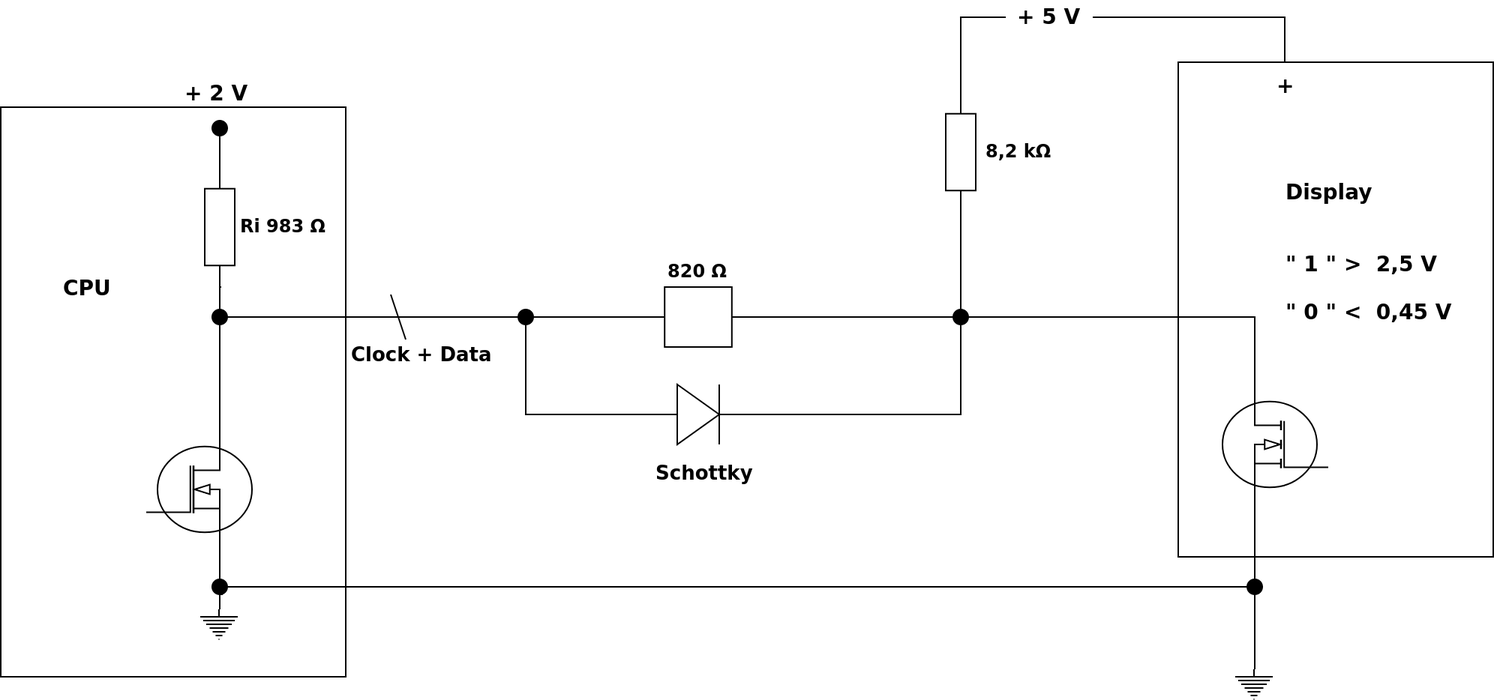
The draw.io diagram pictures/GroveAdjustment.png in Allegra42/thesis-documentation-fuchsia, before a commit. Source tidied: cells renumbered, new cells last; positions are measured from the earlier drawing's top-left corner, leaving out a move shared by most shapes.
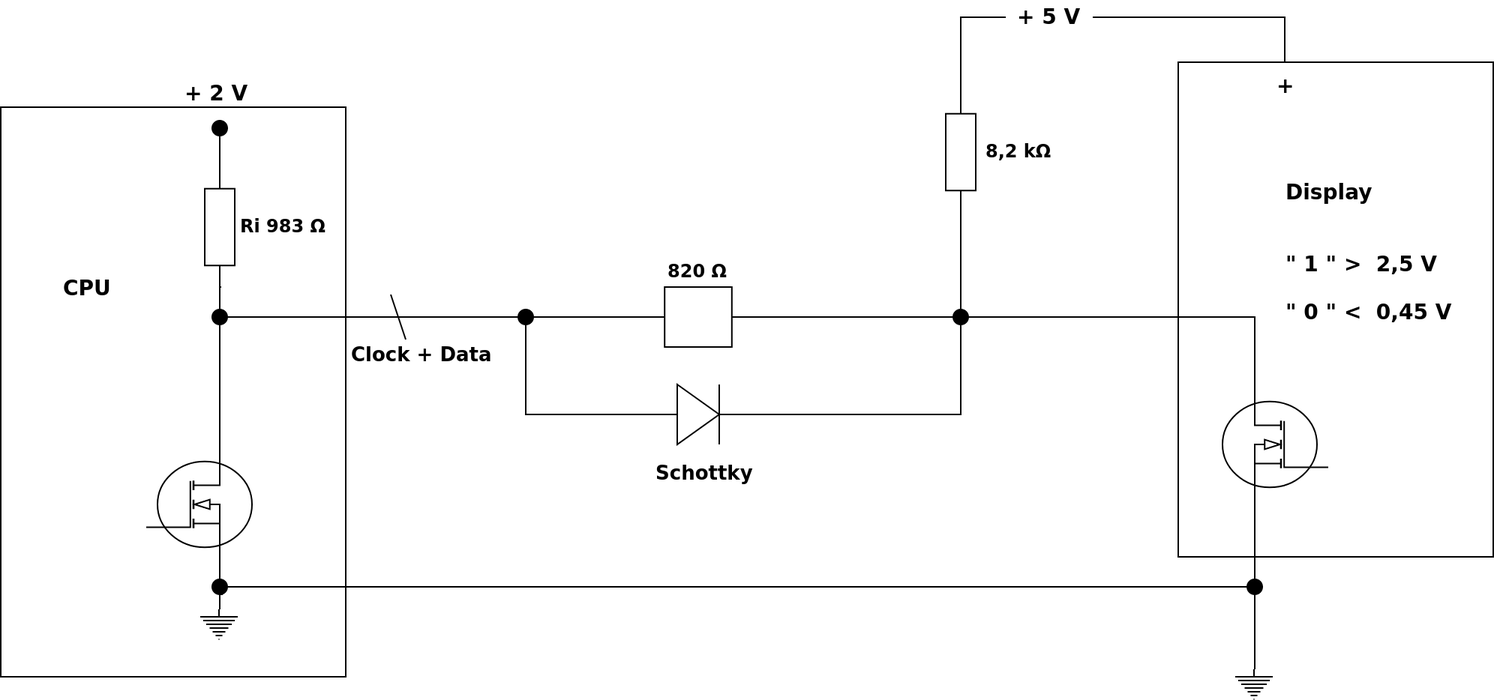
After the commit.

Change to the diagram source:
```diff
@@ -37,9 +37,6 @@
     <mxCell id="10" style="edgeStyle=orthogonalEdgeStyle;rounded=0;jettySize=auto;html=1;exitX=0.7;exitY=1;exitDx=0;exitDy=0;exitPerimeter=0;entryX=0.5;entryY=0;entryDx=0;entryDy=0;entryPerimeter=0;endArrow=none;endFill=0;" parent="1" edge="1" source="26" target="12">
       <mxGeometry relative="1" as="geometry" />
     </mxCell>
-    <mxCell id="11" style="verticalLabelPosition=bottom;shadow=0;dashed=0;align=center;fillColor=#ffffff;html=1;verticalAlign=top;strokeWidth=1;shape=mxgraph.electrical.mosfets1.n-channel_mosfet_1;" parent="1" vertex="1">
-      <mxGeometry x="97" y="291" width="70" height="70" as="geometry" />
-    </mxCell>
     <mxCell id="12" style="verticalLabelPosition=bottom;shadow=0;dashed=0;align=center;fillColor=#ffffff;html=1;verticalAlign=top;strokeWidth=1;shape=mxgraph.electrical.signal_sources.protective_earth;" parent="1" vertex="1">
       <mxGeometry x="133" y="406" width="25" height="20" as="geometry" />
     </mxCell>
@@ -109,8 +106,10 @@
     <mxCell id="26" style="ellipse;whiteSpace=wrap;html=1;fillColor=#000000;" parent="1" vertex="1">
       <mxGeometry x="140.5" y="385.5" width="10" height="10" as="geometry" />
     </mxCell>
-    <mxCell id="27" style="edgeStyle=orthogonalEdgeStyle;rounded=0;jettySize=auto;html=1;exitX=0.7;exitY=1;exitDx=0;exitDy=0;exitPerimeter=0;entryX=0.5;entryY=0;entryDx=0;entryDy=0;entryPerimeter=0;endArrow=none;endFill=0;" parent="1" edge="1" source="11" target="26">
-      <mxGeometry relative="1" as="geometry" />
+    <mxCell id="27" style="edgeStyle=orthogonalEdgeStyle;rounded=0;jettySize=auto;html=1;exitX=0.7;exitY=1;exitDx=0;exitDy=0;exitPerimeter=0;entryX=0.5;entryY=0;entryDx=0;entryDy=0;entryPerimeter=0;endArrow=none;endFill=0;" parent="1" edge="1" target="26">
+      <mxGeometry relative="1" as="geometry">
+        <mxPoint x="146" y="361" as="sourcePoint" />
+      </mxGeometry>
     </mxCell>
     <mxCell id="28" style="ellipse;whiteSpace=wrap;html=1;fillColor=#000000;" parent="1" vertex="1">
       <mxGeometry x="830.5" y="385.5" width="10" height="10" as="geometry" />
@@ -154,5 +153,8 @@
     <mxCell id="40" value="&lt;b style=&quot;font-size: 14px&quot;&gt;Display&lt;br&gt;&lt;br&gt;&lt;br&gt;&quot; 1 &quot; &amp;gt;&amp;nbsp; 2,5 V&lt;br&gt;&lt;br&gt;&quot; 0 &quot; &amp;lt;&amp;nbsp; 0,45 V&lt;/b&gt;&lt;br&gt;" style="text;html=1;align=left;verticalAlign=top;spacingTop=-4;" parent="1" vertex="1">
       <mxGeometry x="855" y="117" width="130" height="90" as="geometry" />
     </mxCell>
+    <mxCell id="41" style="verticalLabelPosition=bottom;shadow=0;dashed=0;align=center;fillColor=#ffffff;html=1;verticalAlign=top;strokeWidth=1;shape=mxgraph.electrical.mosfets1.mosfet_ic_n;flipH=0;flipV=0;" parent="1" vertex="1">
+      <mxGeometry x="97" y="301" width="70" height="70" as="geometry" />
+    </mxCell>
   </root>
 </mxGraphModel>
```
